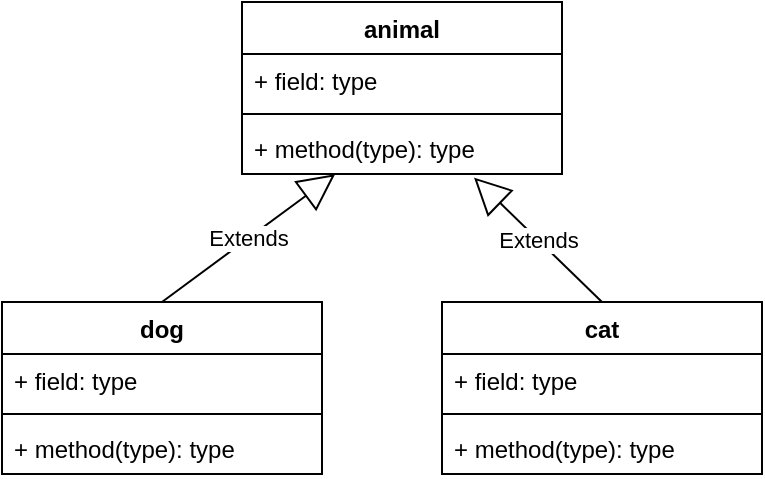
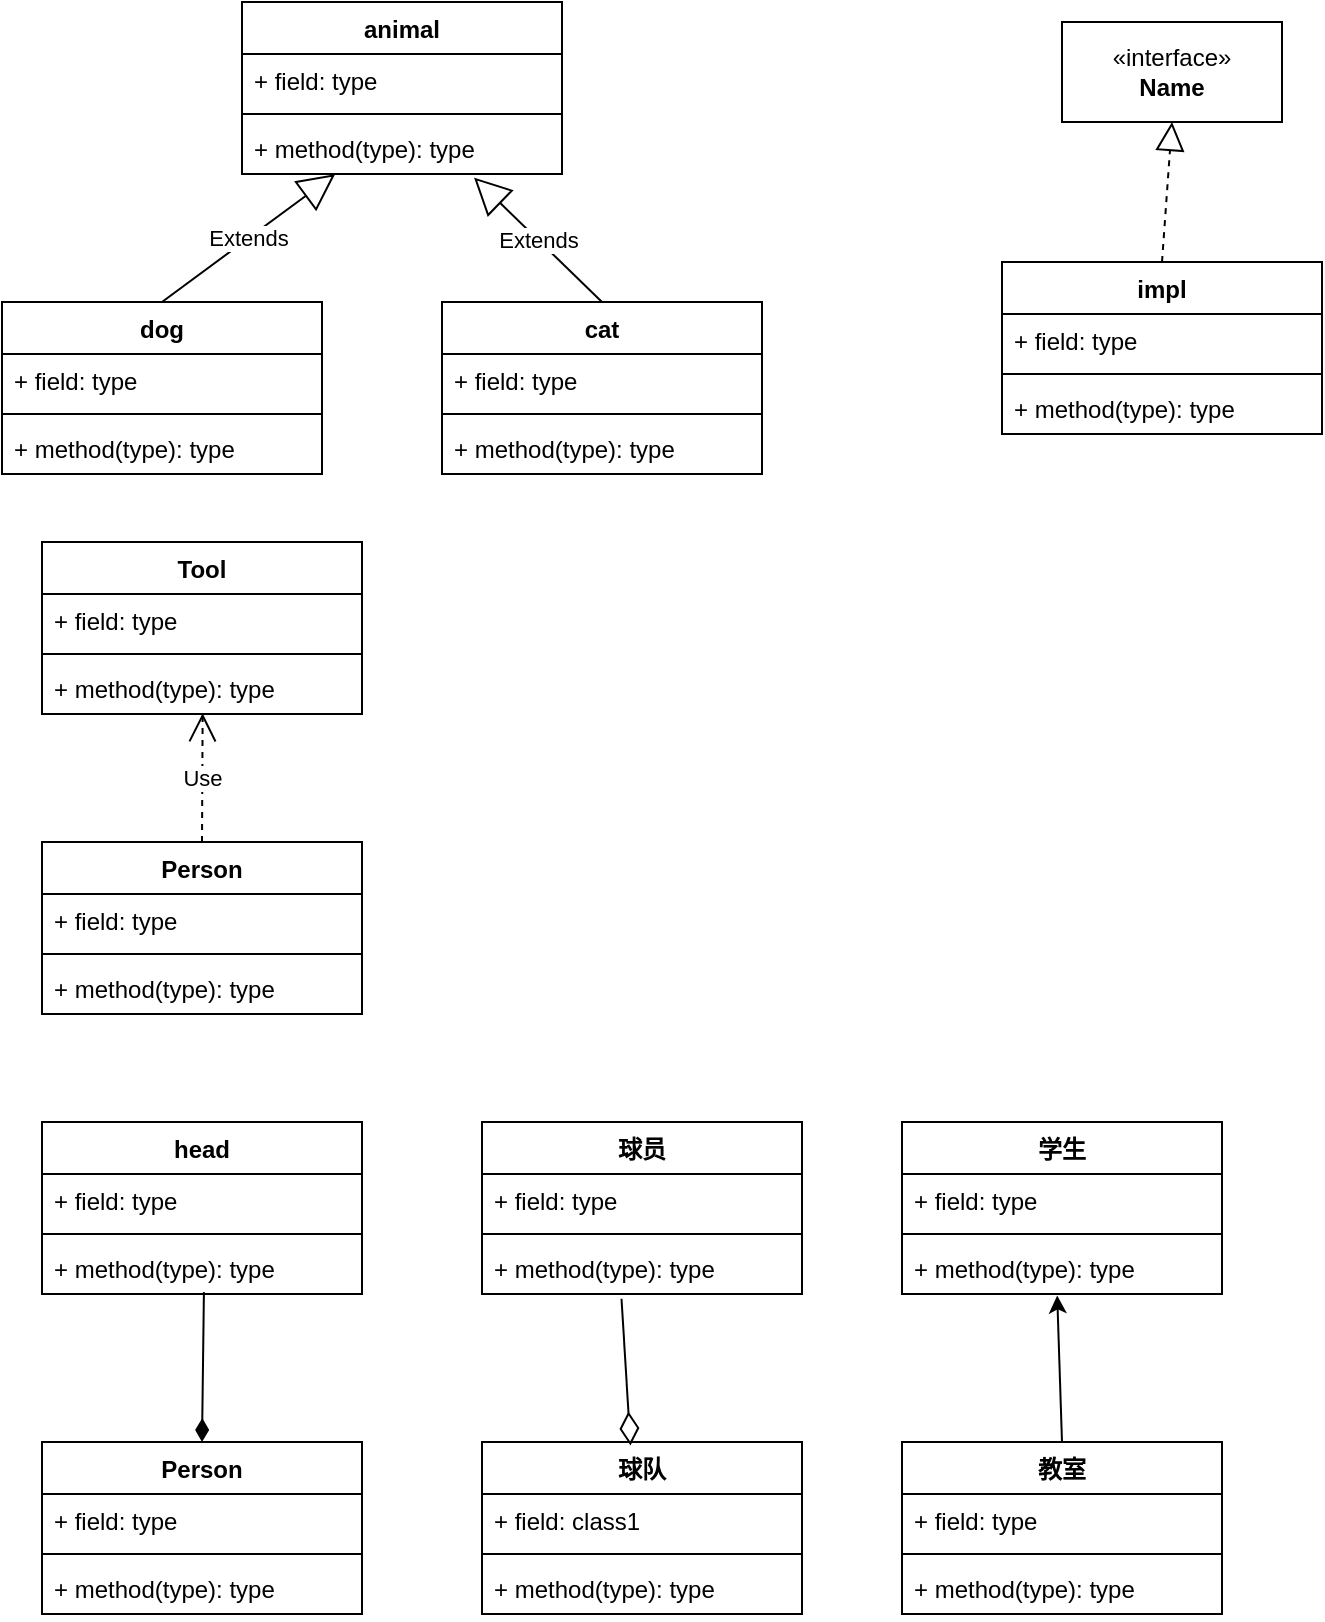
<mxfile host="app.diagrams.net">
  <diagram name="第 1 页" id="uB_EkwpjRi5KgZA0KQ1h">
-     <mxGraphModel dx="441" dy="630" grid="1" gridSize="10" guides="1" tooltips="1" connect="1" arrows="1" fold="1" page="1" pageScale="1" pageWidth="827" pageHeight="1169" math="0" shadow="0">
+     <mxGraphModel dx="1103" dy="1574" grid="1" gridSize="10" guides="1" tooltips="1" connect="1" arrows="1" fold="1" page="1" pageScale="1" pageWidth="827" pageHeight="1169" math="0" shadow="0">
      <root>
        <mxCell id="0" />
        <mxCell id="1" parent="0" />
        <mxCell id="uQzTkLVSgaqiX9Fo_i2L-1" parent="1" style="swimlane;fontStyle=1;align=center;verticalAlign=top;childLayout=stackLayout;horizontal=1;startSize=26;horizontalStack=0;resizeParent=1;resizeParentMax=0;resizeLast=0;collapsible=1;marginBottom=0;whiteSpace=wrap;html=1;" value="animal" vertex="1">
-           <mxGeometry height="86" width="160" x="130" y="150" as="geometry" />
+           <mxGeometry height="86" width="160" x="130" y="10" as="geometry" />
        </mxCell>
        <mxCell id="uQzTkLVSgaqiX9Fo_i2L-2" parent="uQzTkLVSgaqiX9Fo_i2L-1" style="text;strokeColor=none;fillColor=none;align=left;verticalAlign=top;spacingLeft=4;spacingRight=4;overflow=hidden;rotatable=0;points=[[0,0.5],[1,0.5]];portConstraint=eastwest;whiteSpace=wrap;html=1;" value="+ field: type" vertex="1">
          <mxGeometry height="26" width="160" y="26" as="geometry" />
        </mxCell>
        <mxCell id="uQzTkLVSgaqiX9Fo_i2L-3" parent="uQzTkLVSgaqiX9Fo_i2L-1" style="line;strokeWidth=1;fillColor=none;align=left;verticalAlign=middle;spacingTop=-1;spacingLeft=3;spacingRight=3;rotatable=0;labelPosition=right;points=[];portConstraint=eastwest;strokeColor=inherit;" value="" vertex="1">
          <mxGeometry height="8" width="160" y="52" as="geometry" />
        </mxCell>
        <mxCell id="uQzTkLVSgaqiX9Fo_i2L-4" parent="uQzTkLVSgaqiX9Fo_i2L-1" style="text;strokeColor=none;fillColor=none;align=left;verticalAlign=top;spacingLeft=4;spacingRight=4;overflow=hidden;rotatable=0;points=[[0,0.5],[1,0.5]];portConstraint=eastwest;whiteSpace=wrap;html=1;" value="+ method(type): type" vertex="1">
          <mxGeometry height="26" width="160" y="60" as="geometry" />
        </mxCell>
        <mxCell id="uQzTkLVSgaqiX9Fo_i2L-5" parent="1" style="swimlane;fontStyle=1;align=center;verticalAlign=top;childLayout=stackLayout;horizontal=1;startSize=26;horizontalStack=0;resizeParent=1;resizeParentMax=0;resizeLast=0;collapsible=1;marginBottom=0;whiteSpace=wrap;html=1;" value="cat" vertex="1">
-           <mxGeometry height="86" width="160" x="230" y="300" as="geometry" />
+           <mxGeometry height="86" width="160" x="230" y="160" as="geometry" />
        </mxCell>
        <mxCell id="uQzTkLVSgaqiX9Fo_i2L-6" parent="uQzTkLVSgaqiX9Fo_i2L-5" style="text;strokeColor=none;fillColor=none;align=left;verticalAlign=top;spacingLeft=4;spacingRight=4;overflow=hidden;rotatable=0;points=[[0,0.5],[1,0.5]];portConstraint=eastwest;whiteSpace=wrap;html=1;" value="+ field: type" vertex="1">
          <mxGeometry height="26" width="160" y="26" as="geometry" />
        </mxCell>
        <mxCell id="uQzTkLVSgaqiX9Fo_i2L-7" parent="uQzTkLVSgaqiX9Fo_i2L-5" style="line;strokeWidth=1;fillColor=none;align=left;verticalAlign=middle;spacingTop=-1;spacingLeft=3;spacingRight=3;rotatable=0;labelPosition=right;points=[];portConstraint=eastwest;strokeColor=inherit;" value="" vertex="1">
          <mxGeometry height="8" width="160" y="52" as="geometry" />
        </mxCell>
        <mxCell id="uQzTkLVSgaqiX9Fo_i2L-8" parent="uQzTkLVSgaqiX9Fo_i2L-5" style="text;strokeColor=none;fillColor=none;align=left;verticalAlign=top;spacingLeft=4;spacingRight=4;overflow=hidden;rotatable=0;points=[[0,0.5],[1,0.5]];portConstraint=eastwest;whiteSpace=wrap;html=1;" value="+ method(type): type" vertex="1">
          <mxGeometry height="26" width="160" y="60" as="geometry" />
        </mxCell>
        <mxCell id="uQzTkLVSgaqiX9Fo_i2L-9" parent="1" style="swimlane;fontStyle=1;align=center;verticalAlign=top;childLayout=stackLayout;horizontal=1;startSize=26;horizontalStack=0;resizeParent=1;resizeParentMax=0;resizeLast=0;collapsible=1;marginBottom=0;whiteSpace=wrap;html=1;" value="dog" vertex="1">
-           <mxGeometry height="86" width="160" x="10" y="300" as="geometry" />
+           <mxGeometry height="86" width="160" x="10" y="160" as="geometry" />
        </mxCell>
        <mxCell id="uQzTkLVSgaqiX9Fo_i2L-10" parent="uQzTkLVSgaqiX9Fo_i2L-9" style="text;strokeColor=none;fillColor=none;align=left;verticalAlign=top;spacingLeft=4;spacingRight=4;overflow=hidden;rotatable=0;points=[[0,0.5],[1,0.5]];portConstraint=eastwest;whiteSpace=wrap;html=1;" value="+ field: type" vertex="1">
          <mxGeometry height="26" width="160" y="26" as="geometry" />
        </mxCell>
        <mxCell id="uQzTkLVSgaqiX9Fo_i2L-11" parent="uQzTkLVSgaqiX9Fo_i2L-9" style="line;strokeWidth=1;fillColor=none;align=left;verticalAlign=middle;spacingTop=-1;spacingLeft=3;spacingRight=3;rotatable=0;labelPosition=right;points=[];portConstraint=eastwest;strokeColor=inherit;" value="" vertex="1">
          <mxGeometry height="8" width="160" y="52" as="geometry" />
        </mxCell>
        <mxCell id="uQzTkLVSgaqiX9Fo_i2L-12" parent="uQzTkLVSgaqiX9Fo_i2L-9" style="text;strokeColor=none;fillColor=none;align=left;verticalAlign=top;spacingLeft=4;spacingRight=4;overflow=hidden;rotatable=0;points=[[0,0.5],[1,0.5]];portConstraint=eastwest;whiteSpace=wrap;html=1;" value="+ method(type): type" vertex="1">
          <mxGeometry height="26" width="160" y="60" as="geometry" />
        </mxCell>
        <mxCell id="uQzTkLVSgaqiX9Fo_i2L-13" edge="1" parent="1" source="uQzTkLVSgaqiX9Fo_i2L-9" style="endArrow=block;endSize=16;endFill=0;html=1;rounded=0;entryX=0.291;entryY=1.004;entryDx=0;entryDy=0;entryPerimeter=0;exitX=0.5;exitY=0;exitDx=0;exitDy=0;" target="uQzTkLVSgaqiX9Fo_i2L-4" value="Extends">
          <mxGeometry relative="1" width="160" as="geometry">
-             <mxPoint x="130" y="440" as="sourcePoint" />
-             <mxPoint x="290" y="440" as="targetPoint" />
+             <mxPoint x="130" y="300" as="sourcePoint" />
+             <mxPoint x="290" y="300" as="targetPoint" />
          </mxGeometry>
        </mxCell>
        <mxCell id="uQzTkLVSgaqiX9Fo_i2L-14" edge="1" parent="1" source="uQzTkLVSgaqiX9Fo_i2L-5" style="endArrow=block;endSize=16;endFill=0;html=1;rounded=0;exitX=0.5;exitY=0;exitDx=0;exitDy=0;entryX=0.725;entryY=1.069;entryDx=0;entryDy=0;entryPerimeter=0;" target="uQzTkLVSgaqiX9Fo_i2L-4" value="Extends">
          <mxGeometry relative="1" width="160" as="geometry">
-             <mxPoint x="150" y="314" as="sourcePoint" />
-             <mxPoint x="240" y="240" as="targetPoint" />
+             <mxPoint x="150" y="174" as="sourcePoint" />
+             <mxPoint x="240" y="100" as="targetPoint" />
+           </mxGeometry>
+         </mxCell>
+         <mxCell id="uQzTkLVSgaqiX9Fo_i2L-15" parent="1" style="html=1;whiteSpace=wrap;" value="&amp;laquo;interface&amp;raquo;&lt;br&gt;&lt;b&gt;Name&lt;/b&gt;" vertex="1">
+           <mxGeometry height="50" width="110" x="540" y="20" as="geometry" />
+         </mxCell>
+         <mxCell id="uQzTkLVSgaqiX9Fo_i2L-16" parent="1" style="swimlane;fontStyle=1;align=center;verticalAlign=top;childLayout=stackLayout;horizontal=1;startSize=26;horizontalStack=0;resizeParent=1;resizeParentMax=0;resizeLast=0;collapsible=1;marginBottom=0;whiteSpace=wrap;html=1;" value="impl" vertex="1">
+           <mxGeometry height="86" width="160" x="510" y="140" as="geometry" />
+         </mxCell>
+         <mxCell id="uQzTkLVSgaqiX9Fo_i2L-17" parent="uQzTkLVSgaqiX9Fo_i2L-16" style="text;strokeColor=none;fillColor=none;align=left;verticalAlign=top;spacingLeft=4;spacingRight=4;overflow=hidden;rotatable=0;points=[[0,0.5],[1,0.5]];portConstraint=eastwest;whiteSpace=wrap;html=1;" value="+ field: type" vertex="1">
+           <mxGeometry height="26" width="160" y="26" as="geometry" />
+         </mxCell>
+         <mxCell id="uQzTkLVSgaqiX9Fo_i2L-18" parent="uQzTkLVSgaqiX9Fo_i2L-16" style="line;strokeWidth=1;fillColor=none;align=left;verticalAlign=middle;spacingTop=-1;spacingLeft=3;spacingRight=3;rotatable=0;labelPosition=right;points=[];portConstraint=eastwest;strokeColor=inherit;" value="" vertex="1">
+           <mxGeometry height="8" width="160" y="52" as="geometry" />
+         </mxCell>
+         <mxCell id="uQzTkLVSgaqiX9Fo_i2L-19" parent="uQzTkLVSgaqiX9Fo_i2L-16" style="text;strokeColor=none;fillColor=none;align=left;verticalAlign=top;spacingLeft=4;spacingRight=4;overflow=hidden;rotatable=0;points=[[0,0.5],[1,0.5]];portConstraint=eastwest;whiteSpace=wrap;html=1;" value="+ method(type): type" vertex="1">
+           <mxGeometry height="26" width="160" y="60" as="geometry" />
+         </mxCell>
+         <mxCell id="uQzTkLVSgaqiX9Fo_i2L-20" edge="1" parent="1" source="uQzTkLVSgaqiX9Fo_i2L-16" style="endArrow=block;dashed=1;endFill=0;endSize=12;html=1;rounded=0;entryX=0.5;entryY=1;entryDx=0;entryDy=0;exitX=0.5;exitY=0;exitDx=0;exitDy=0;" target="uQzTkLVSgaqiX9Fo_i2L-15" value="">
+           <mxGeometry relative="1" width="160" as="geometry">
+             <mxPoint x="460" y="140" as="sourcePoint" />
+             <mxPoint x="620" y="140" as="targetPoint" />
+           </mxGeometry>
+         </mxCell>
+         <mxCell id="uQzTkLVSgaqiX9Fo_i2L-21" parent="1" style="swimlane;fontStyle=1;align=center;verticalAlign=top;childLayout=stackLayout;horizontal=1;startSize=26;horizontalStack=0;resizeParent=1;resizeParentMax=0;resizeLast=0;collapsible=1;marginBottom=0;whiteSpace=wrap;html=1;" value="Tool" vertex="1">
+           <mxGeometry height="86" width="160" x="30" y="280" as="geometry" />
+         </mxCell>
+         <mxCell id="uQzTkLVSgaqiX9Fo_i2L-22" parent="uQzTkLVSgaqiX9Fo_i2L-21" style="text;strokeColor=none;fillColor=none;align=left;verticalAlign=top;spacingLeft=4;spacingRight=4;overflow=hidden;rotatable=0;points=[[0,0.5],[1,0.5]];portConstraint=eastwest;whiteSpace=wrap;html=1;" value="+ field: type" vertex="1">
+           <mxGeometry height="26" width="160" y="26" as="geometry" />
+         </mxCell>
+         <mxCell id="uQzTkLVSgaqiX9Fo_i2L-23" parent="uQzTkLVSgaqiX9Fo_i2L-21" style="line;strokeWidth=1;fillColor=none;align=left;verticalAlign=middle;spacingTop=-1;spacingLeft=3;spacingRight=3;rotatable=0;labelPosition=right;points=[];portConstraint=eastwest;strokeColor=inherit;" value="" vertex="1">
+           <mxGeometry height="8" width="160" y="52" as="geometry" />
+         </mxCell>
+         <mxCell id="uQzTkLVSgaqiX9Fo_i2L-24" parent="uQzTkLVSgaqiX9Fo_i2L-21" style="text;strokeColor=none;fillColor=none;align=left;verticalAlign=top;spacingLeft=4;spacingRight=4;overflow=hidden;rotatable=0;points=[[0,0.5],[1,0.5]];portConstraint=eastwest;whiteSpace=wrap;html=1;" value="+ method(type): type" vertex="1">
+           <mxGeometry height="26" width="160" y="60" as="geometry" />
+         </mxCell>
+         <mxCell id="uQzTkLVSgaqiX9Fo_i2L-25" edge="1" parent="1" source="uQzTkLVSgaqiX9Fo_i2L-26" style="endArrow=open;endSize=12;dashed=1;html=1;rounded=0;entryX=0.502;entryY=0.985;entryDx=0;entryDy=0;entryPerimeter=0;exitX=0.5;exitY=0;exitDx=0;exitDy=0;" target="uQzTkLVSgaqiX9Fo_i2L-24" value="Use">
+           <mxGeometry relative="1" width="160" as="geometry">
+             <mxPoint x="270" y="550" as="sourcePoint" />
+             <mxPoint x="430" y="550" as="targetPoint" />
+           </mxGeometry>
+         </mxCell>
+         <mxCell id="uQzTkLVSgaqiX9Fo_i2L-26" parent="1" style="swimlane;fontStyle=1;align=center;verticalAlign=top;childLayout=stackLayout;horizontal=1;startSize=26;horizontalStack=0;resizeParent=1;resizeParentMax=0;resizeLast=0;collapsible=1;marginBottom=0;whiteSpace=wrap;html=1;" value="Person" vertex="1">
+           <mxGeometry height="86" width="160" x="30" y="430" as="geometry" />
+         </mxCell>
+         <mxCell id="uQzTkLVSgaqiX9Fo_i2L-27" parent="uQzTkLVSgaqiX9Fo_i2L-26" style="text;strokeColor=none;fillColor=none;align=left;verticalAlign=top;spacingLeft=4;spacingRight=4;overflow=hidden;rotatable=0;points=[[0,0.5],[1,0.5]];portConstraint=eastwest;whiteSpace=wrap;html=1;" value="+ field: type" vertex="1">
+           <mxGeometry height="26" width="160" y="26" as="geometry" />
+         </mxCell>
+         <mxCell id="uQzTkLVSgaqiX9Fo_i2L-28" parent="uQzTkLVSgaqiX9Fo_i2L-26" style="line;strokeWidth=1;fillColor=none;align=left;verticalAlign=middle;spacingTop=-1;spacingLeft=3;spacingRight=3;rotatable=0;labelPosition=right;points=[];portConstraint=eastwest;strokeColor=inherit;" value="" vertex="1">
+           <mxGeometry height="8" width="160" y="52" as="geometry" />
+         </mxCell>
+         <mxCell id="uQzTkLVSgaqiX9Fo_i2L-29" parent="uQzTkLVSgaqiX9Fo_i2L-26" style="text;strokeColor=none;fillColor=none;align=left;verticalAlign=top;spacingLeft=4;spacingRight=4;overflow=hidden;rotatable=0;points=[[0,0.5],[1,0.5]];portConstraint=eastwest;whiteSpace=wrap;html=1;" value="+ method(type): type" vertex="1">
+           <mxGeometry height="26" width="160" y="60" as="geometry" />
+         </mxCell>
+         <mxCell id="uQzTkLVSgaqiX9Fo_i2L-30" parent="1" style="swimlane;fontStyle=1;align=center;verticalAlign=top;childLayout=stackLayout;horizontal=1;startSize=26;horizontalStack=0;resizeParent=1;resizeParentMax=0;resizeLast=0;collapsible=1;marginBottom=0;whiteSpace=wrap;html=1;" value="球员" vertex="1">
+           <mxGeometry height="86" width="160" x="250" y="570" as="geometry" />
+         </mxCell>
+         <mxCell id="uQzTkLVSgaqiX9Fo_i2L-31" parent="uQzTkLVSgaqiX9Fo_i2L-30" style="text;strokeColor=none;fillColor=none;align=left;verticalAlign=top;spacingLeft=4;spacingRight=4;overflow=hidden;rotatable=0;points=[[0,0.5],[1,0.5]];portConstraint=eastwest;whiteSpace=wrap;html=1;" value="+ field: type" vertex="1">
+           <mxGeometry height="26" width="160" y="26" as="geometry" />
+         </mxCell>
+         <mxCell id="uQzTkLVSgaqiX9Fo_i2L-32" parent="uQzTkLVSgaqiX9Fo_i2L-30" style="line;strokeWidth=1;fillColor=none;align=left;verticalAlign=middle;spacingTop=-1;spacingLeft=3;spacingRight=3;rotatable=0;labelPosition=right;points=[];portConstraint=eastwest;strokeColor=inherit;" value="" vertex="1">
+           <mxGeometry height="8" width="160" y="52" as="geometry" />
+         </mxCell>
+         <mxCell id="uQzTkLVSgaqiX9Fo_i2L-33" parent="uQzTkLVSgaqiX9Fo_i2L-30" style="text;strokeColor=none;fillColor=none;align=left;verticalAlign=top;spacingLeft=4;spacingRight=4;overflow=hidden;rotatable=0;points=[[0,0.5],[1,0.5]];portConstraint=eastwest;whiteSpace=wrap;html=1;" value="+ method(type): type" vertex="1">
+           <mxGeometry height="26" width="160" y="60" as="geometry" />
+         </mxCell>
+         <mxCell id="uQzTkLVSgaqiX9Fo_i2L-34" parent="1" style="swimlane;fontStyle=1;align=center;verticalAlign=top;childLayout=stackLayout;horizontal=1;startSize=26;horizontalStack=0;resizeParent=1;resizeParentMax=0;resizeLast=0;collapsible=1;marginBottom=0;whiteSpace=wrap;html=1;" value="球队" vertex="1">
+           <mxGeometry height="86" width="160" x="250" y="730" as="geometry" />
+         </mxCell>
+         <mxCell id="uQzTkLVSgaqiX9Fo_i2L-35" parent="uQzTkLVSgaqiX9Fo_i2L-34" style="text;strokeColor=none;fillColor=none;align=left;verticalAlign=top;spacingLeft=4;spacingRight=4;overflow=hidden;rotatable=0;points=[[0,0.5],[1,0.5]];portConstraint=eastwest;whiteSpace=wrap;html=1;" value="+ field: class1" vertex="1">
+           <mxGeometry height="26" width="160" y="26" as="geometry" />
+         </mxCell>
+         <mxCell id="uQzTkLVSgaqiX9Fo_i2L-36" parent="uQzTkLVSgaqiX9Fo_i2L-34" style="line;strokeWidth=1;fillColor=none;align=left;verticalAlign=middle;spacingTop=-1;spacingLeft=3;spacingRight=3;rotatable=0;labelPosition=right;points=[];portConstraint=eastwest;strokeColor=inherit;" value="" vertex="1">
+           <mxGeometry height="8" width="160" y="52" as="geometry" />
+         </mxCell>
+         <mxCell id="uQzTkLVSgaqiX9Fo_i2L-37" parent="uQzTkLVSgaqiX9Fo_i2L-34" style="text;strokeColor=none;fillColor=none;align=left;verticalAlign=top;spacingLeft=4;spacingRight=4;overflow=hidden;rotatable=0;points=[[0,0.5],[1,0.5]];portConstraint=eastwest;whiteSpace=wrap;html=1;" value="+ method(type): type" vertex="1">
+           <mxGeometry height="26" width="160" y="60" as="geometry" />
+         </mxCell>
+         <mxCell id="uQzTkLVSgaqiX9Fo_i2L-42" parent="1" style="swimlane;fontStyle=1;align=center;verticalAlign=top;childLayout=stackLayout;horizontal=1;startSize=26;horizontalStack=0;resizeParent=1;resizeParentMax=0;resizeLast=0;collapsible=1;marginBottom=0;whiteSpace=wrap;html=1;" value="head" vertex="1">
+           <mxGeometry height="86" width="160" x="30" y="570" as="geometry" />
+         </mxCell>
+         <mxCell id="uQzTkLVSgaqiX9Fo_i2L-43" parent="uQzTkLVSgaqiX9Fo_i2L-42" style="text;strokeColor=none;fillColor=none;align=left;verticalAlign=top;spacingLeft=4;spacingRight=4;overflow=hidden;rotatable=0;points=[[0,0.5],[1,0.5]];portConstraint=eastwest;whiteSpace=wrap;html=1;" value="+ field: type" vertex="1">
+           <mxGeometry height="26" width="160" y="26" as="geometry" />
+         </mxCell>
+         <mxCell id="uQzTkLVSgaqiX9Fo_i2L-44" parent="uQzTkLVSgaqiX9Fo_i2L-42" style="line;strokeWidth=1;fillColor=none;align=left;verticalAlign=middle;spacingTop=-1;spacingLeft=3;spacingRight=3;rotatable=0;labelPosition=right;points=[];portConstraint=eastwest;strokeColor=inherit;" value="" vertex="1">
+           <mxGeometry height="8" width="160" y="52" as="geometry" />
+         </mxCell>
+         <mxCell id="uQzTkLVSgaqiX9Fo_i2L-45" parent="uQzTkLVSgaqiX9Fo_i2L-42" style="text;strokeColor=none;fillColor=none;align=left;verticalAlign=top;spacingLeft=4;spacingRight=4;overflow=hidden;rotatable=0;points=[[0,0.5],[1,0.5]];portConstraint=eastwest;whiteSpace=wrap;html=1;" value="+ method(type): type" vertex="1">
+           <mxGeometry height="26" width="160" y="60" as="geometry" />
+         </mxCell>
+         <mxCell id="uQzTkLVSgaqiX9Fo_i2L-46" parent="1" style="swimlane;fontStyle=1;align=center;verticalAlign=top;childLayout=stackLayout;horizontal=1;startSize=26;horizontalStack=0;resizeParent=1;resizeParentMax=0;resizeLast=0;collapsible=1;marginBottom=0;whiteSpace=wrap;html=1;" value="Person" vertex="1">
+           <mxGeometry height="86" width="160" x="30" y="730" as="geometry" />
+         </mxCell>
+         <mxCell id="uQzTkLVSgaqiX9Fo_i2L-47" parent="uQzTkLVSgaqiX9Fo_i2L-46" style="text;strokeColor=none;fillColor=none;align=left;verticalAlign=top;spacingLeft=4;spacingRight=4;overflow=hidden;rotatable=0;points=[[0,0.5],[1,0.5]];portConstraint=eastwest;whiteSpace=wrap;html=1;" value="+ field: type" vertex="1">
+           <mxGeometry height="26" width="160" y="26" as="geometry" />
+         </mxCell>
+         <mxCell id="uQzTkLVSgaqiX9Fo_i2L-48" parent="uQzTkLVSgaqiX9Fo_i2L-46" style="line;strokeWidth=1;fillColor=none;align=left;verticalAlign=middle;spacingTop=-1;spacingLeft=3;spacingRight=3;rotatable=0;labelPosition=right;points=[];portConstraint=eastwest;strokeColor=inherit;" value="" vertex="1">
+           <mxGeometry height="8" width="160" y="52" as="geometry" />
+         </mxCell>
+         <mxCell id="uQzTkLVSgaqiX9Fo_i2L-49" parent="uQzTkLVSgaqiX9Fo_i2L-46" style="text;strokeColor=none;fillColor=none;align=left;verticalAlign=top;spacingLeft=4;spacingRight=4;overflow=hidden;rotatable=0;points=[[0,0.5],[1,0.5]];portConstraint=eastwest;whiteSpace=wrap;html=1;" value="+ method(type): type" vertex="1">
+           <mxGeometry height="26" width="160" y="60" as="geometry" />
+         </mxCell>
+         <mxCell id="uQzTkLVSgaqiX9Fo_i2L-50" edge="1" parent="1" source="uQzTkLVSgaqiX9Fo_i2L-46" style="endArrow=none;endFill=0;endSize=24;html=1;rounded=0;exitX=0.5;exitY=0;exitDx=0;exitDy=0;entryX=0.506;entryY=0.964;entryDx=0;entryDy=0;entryPerimeter=0;startArrow=diamondThin;startFill=1;startSize=9;" target="uQzTkLVSgaqiX9Fo_i2L-45" value="">
+           <mxGeometry relative="1" width="160" as="geometry">
+             <mxPoint x="60" y="690" as="sourcePoint" />
+             <mxPoint x="220" y="690" as="targetPoint" />
+           </mxGeometry>
+         </mxCell>
+         <mxCell id="uQzTkLVSgaqiX9Fo_i2L-51" parent="1" style="swimlane;fontStyle=1;align=center;verticalAlign=top;childLayout=stackLayout;horizontal=1;startSize=26;horizontalStack=0;resizeParent=1;resizeParentMax=0;resizeLast=0;collapsible=1;marginBottom=0;whiteSpace=wrap;html=1;" value="学生" vertex="1">
+           <mxGeometry height="86" width="160" x="460" y="570" as="geometry" />
+         </mxCell>
+         <mxCell id="uQzTkLVSgaqiX9Fo_i2L-52" parent="uQzTkLVSgaqiX9Fo_i2L-51" style="text;strokeColor=none;fillColor=none;align=left;verticalAlign=top;spacingLeft=4;spacingRight=4;overflow=hidden;rotatable=0;points=[[0,0.5],[1,0.5]];portConstraint=eastwest;whiteSpace=wrap;html=1;" value="+ field: type" vertex="1">
+           <mxGeometry height="26" width="160" y="26" as="geometry" />
+         </mxCell>
+         <mxCell id="uQzTkLVSgaqiX9Fo_i2L-53" parent="uQzTkLVSgaqiX9Fo_i2L-51" style="line;strokeWidth=1;fillColor=none;align=left;verticalAlign=middle;spacingTop=-1;spacingLeft=3;spacingRight=3;rotatable=0;labelPosition=right;points=[];portConstraint=eastwest;strokeColor=inherit;" value="" vertex="1">
+           <mxGeometry height="8" width="160" y="52" as="geometry" />
+         </mxCell>
+         <mxCell id="uQzTkLVSgaqiX9Fo_i2L-54" parent="uQzTkLVSgaqiX9Fo_i2L-51" style="text;strokeColor=none;fillColor=none;align=left;verticalAlign=top;spacingLeft=4;spacingRight=4;overflow=hidden;rotatable=0;points=[[0,0.5],[1,0.5]];portConstraint=eastwest;whiteSpace=wrap;html=1;" value="+ method(type): type" vertex="1">
+           <mxGeometry height="26" width="160" y="60" as="geometry" />
+         </mxCell>
+         <mxCell id="uQzTkLVSgaqiX9Fo_i2L-55" parent="1" style="swimlane;fontStyle=1;align=center;verticalAlign=top;childLayout=stackLayout;horizontal=1;startSize=26;horizontalStack=0;resizeParent=1;resizeParentMax=0;resizeLast=0;collapsible=1;marginBottom=0;whiteSpace=wrap;html=1;" value="教室" vertex="1">
+           <mxGeometry height="86" width="160" x="460" y="730" as="geometry" />
+         </mxCell>
+         <mxCell id="uQzTkLVSgaqiX9Fo_i2L-56" parent="uQzTkLVSgaqiX9Fo_i2L-55" style="text;strokeColor=none;fillColor=none;align=left;verticalAlign=top;spacingLeft=4;spacingRight=4;overflow=hidden;rotatable=0;points=[[0,0.5],[1,0.5]];portConstraint=eastwest;whiteSpace=wrap;html=1;" value="+ field: type" vertex="1">
+           <mxGeometry height="26" width="160" y="26" as="geometry" />
+         </mxCell>
+         <mxCell id="uQzTkLVSgaqiX9Fo_i2L-57" parent="uQzTkLVSgaqiX9Fo_i2L-55" style="line;strokeWidth=1;fillColor=none;align=left;verticalAlign=middle;spacingTop=-1;spacingLeft=3;spacingRight=3;rotatable=0;labelPosition=right;points=[];portConstraint=eastwest;strokeColor=inherit;" value="" vertex="1">
+           <mxGeometry height="8" width="160" y="52" as="geometry" />
+         </mxCell>
+         <mxCell id="uQzTkLVSgaqiX9Fo_i2L-58" parent="uQzTkLVSgaqiX9Fo_i2L-55" style="text;strokeColor=none;fillColor=none;align=left;verticalAlign=top;spacingLeft=4;spacingRight=4;overflow=hidden;rotatable=0;points=[[0,0.5],[1,0.5]];portConstraint=eastwest;whiteSpace=wrap;html=1;" value="+ method(type): type" vertex="1">
+           <mxGeometry height="26" width="160" y="60" as="geometry" />
+         </mxCell>
+         <mxCell id="uQzTkLVSgaqiX9Fo_i2L-59" edge="1" parent="1" source="uQzTkLVSgaqiX9Fo_i2L-55" style="rounded=0;orthogonalLoop=1;jettySize=auto;html=1;exitX=0.5;exitY=0;exitDx=0;exitDy=0;entryX=0.485;entryY=1.028;entryDx=0;entryDy=0;entryPerimeter=0;" target="uQzTkLVSgaqiX9Fo_i2L-54">
+           <mxGeometry relative="1" as="geometry" />
+         </mxCell>
+         <mxCell id="uQzTkLVSgaqiX9Fo_i2L-60" edge="1" parent="1" source="uQzTkLVSgaqiX9Fo_i2L-34" style="endArrow=none;html=1;endSize=12;startArrow=diamondThin;startSize=14;startFill=0;align=left;verticalAlign=bottom;rounded=0;exitX=0.464;exitY=0.02;exitDx=0;exitDy=0;exitPerimeter=0;entryX=0.436;entryY=1.092;entryDx=0;entryDy=0;entryPerimeter=0;endFill=0;" target="uQzTkLVSgaqiX9Fo_i2L-33" value="">
+           <mxGeometry relative="1" x="-1" y="3" as="geometry">
+             <mxPoint x="320" y="710" as="sourcePoint" />
+             <mxPoint x="480" y="710" as="targetPoint" />
          </mxGeometry>
        </mxCell>
      </root>
    </mxGraphModel>
  </diagram>
</mxfile>
